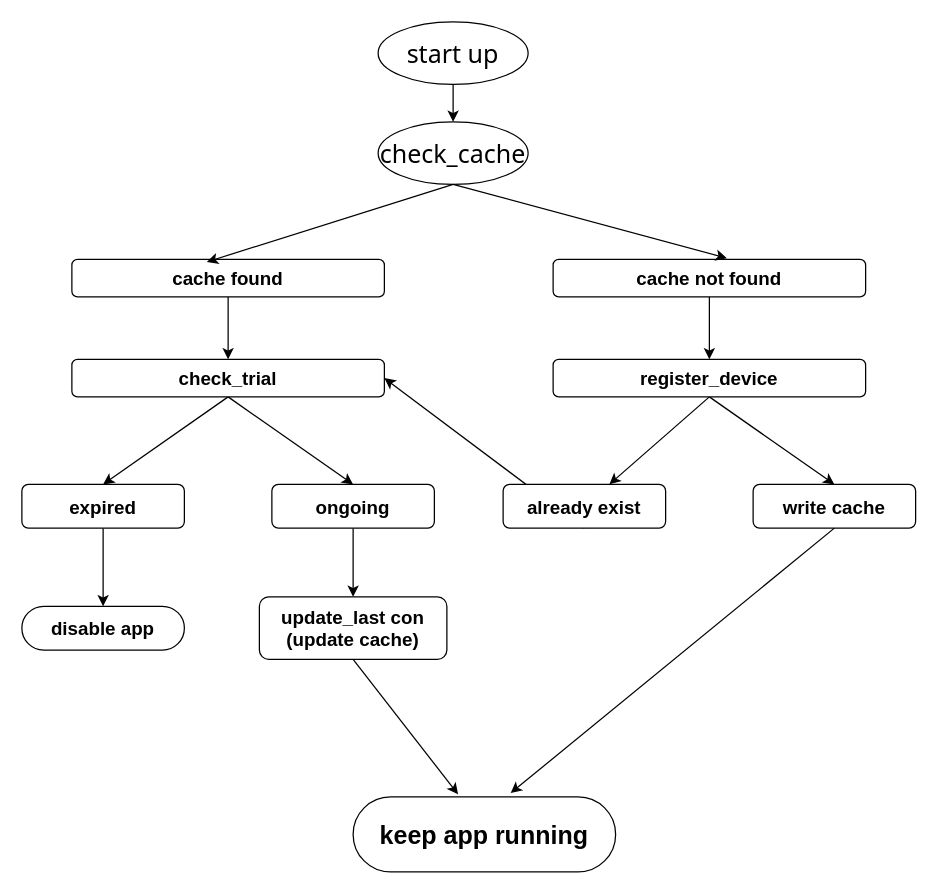
jimbros18/anti-idle keeps this draw.io diagram as flow.drawio. Above is the earlier version. Source tidied: cells renumbered, new cells numbered last; positions are measured from the earlier drawing's top-left corner, leaving out a move shared by most shapes. Both pictures are drawn from the tidied source at 125%, with x=0, y=0 at pixel (21, 21).
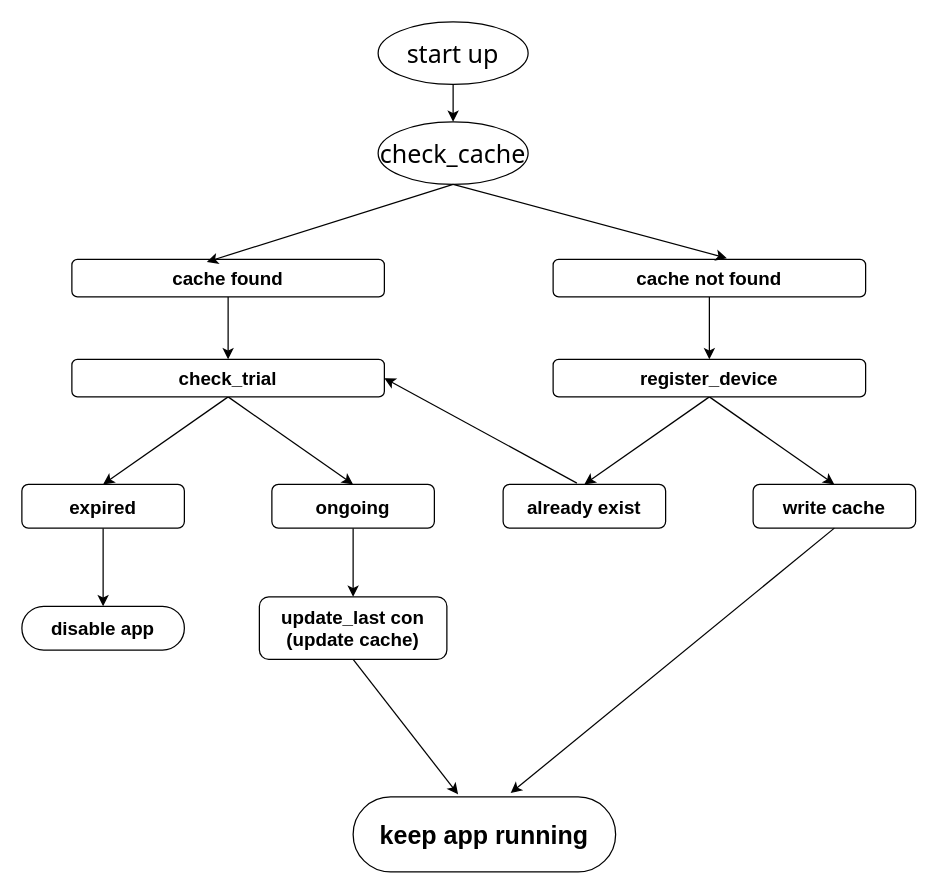
Above is the later version.

Unchanged cells that the change refers to:
```xml
<mxCell id="13" value="check_trial" style="rounded=1;whiteSpace=wrap;html=1;fontSize=15;fontStyle=1;strokeColor=default;strokeWidth=1;shadow=0;fillOpacity=100;" parent="1" vertex="1">
  <mxGeometry x="40" y="270" width="250" height="30" as="geometry" />
</mxCell>
<mxCell id="16" value="register_device" style="rounded=1;whiteSpace=wrap;html=1;fontSize=15;fontStyle=1;strokeColor=default;strokeWidth=1;shadow=0;fillOpacity=100;" parent="1" vertex="1">
  <mxGeometry x="425" y="270" width="250" height="30" as="geometry" />
</mxCell>
<mxCell id="19" value="already exist" style="whiteSpace=wrap;html=1;fontSize=15;rounded=1;fontStyle=1;strokeColor=default;strokeWidth=1;shadow=0;fillOpacity=100;" parent="1" vertex="1">
  <mxGeometry x="385" y="370" width="130" height="35" as="geometry" />
</mxCell>
```

Change to the diagram source:
```diff
@@
-    <mxCell id="14" style="edgeStyle=none;html=1;exitX=0.5;exitY=1;exitDx=0;exitDy=0;" parent="1" edge="1" source="16" target="19">
+    <mxCell id="14" style="edgeStyle=none;html=1;exitX=0.5;exitY=1;exitDx=0;exitDy=0;entryX=0.5;entryY=0;entryDx=0;entryDy=0;" parent="1" edge="1" source="16" target="19">
       <mxGeometry relative="1" as="geometry" />
     </mxCell>
@@
-    <mxCell id="18" style="edgeStyle=none;html=1;exitX=0.5;exitY=1;exitDx=0;exitDy=0;entryX=1;entryY=0.5;entryDx=0;entryDy=0;strokeColor=default;strokeWidth=1;shadow=0;fillOpacity=100;" parent="1" edge="1" source="19" target="13">
+    <mxCell id="18" style="edgeStyle=none;html=1;exitX=0.454;exitY=-0.029;exitDx=0;exitDy=0;entryX=1;entryY=0.5;entryDx=0;entryDy=0;strokeColor=default;strokeWidth=1;shadow=0;fillOpacity=100;exitPerimeter=0;" parent="1" edge="1" source="19" target="13">
       <mxGeometry relative="1" as="geometry" />
     </mxCell>
```
